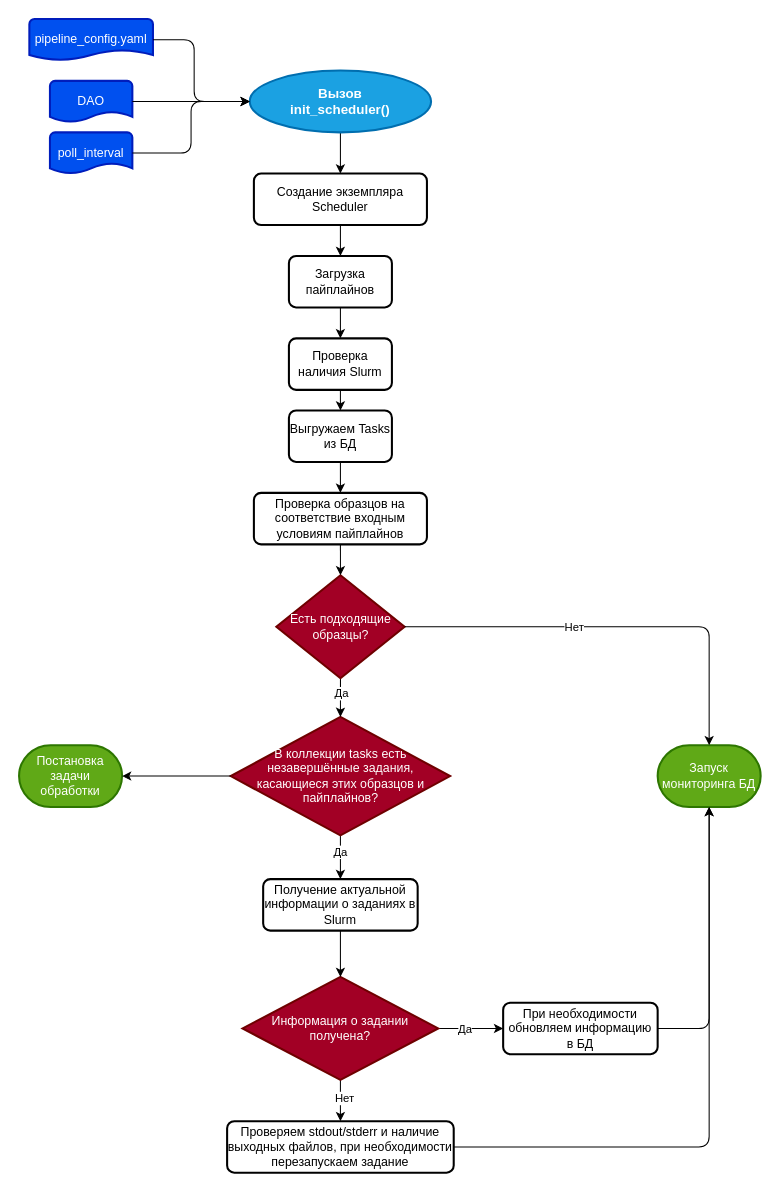
Above: page "Инициализация" (1 of 5) of docs/schemas/task_scheduler.drawio in KBaybekov/proj_prefect (draw.io), before the change. Source tidied: cells renumbered, new cells numbered last; positions are measured from the earlier drawing's top-left corner, leaving out a move shared by most shapes. Both pictures are drawn from the tidied source at 103%, with x=0, y=0 at pixel (19, 19).
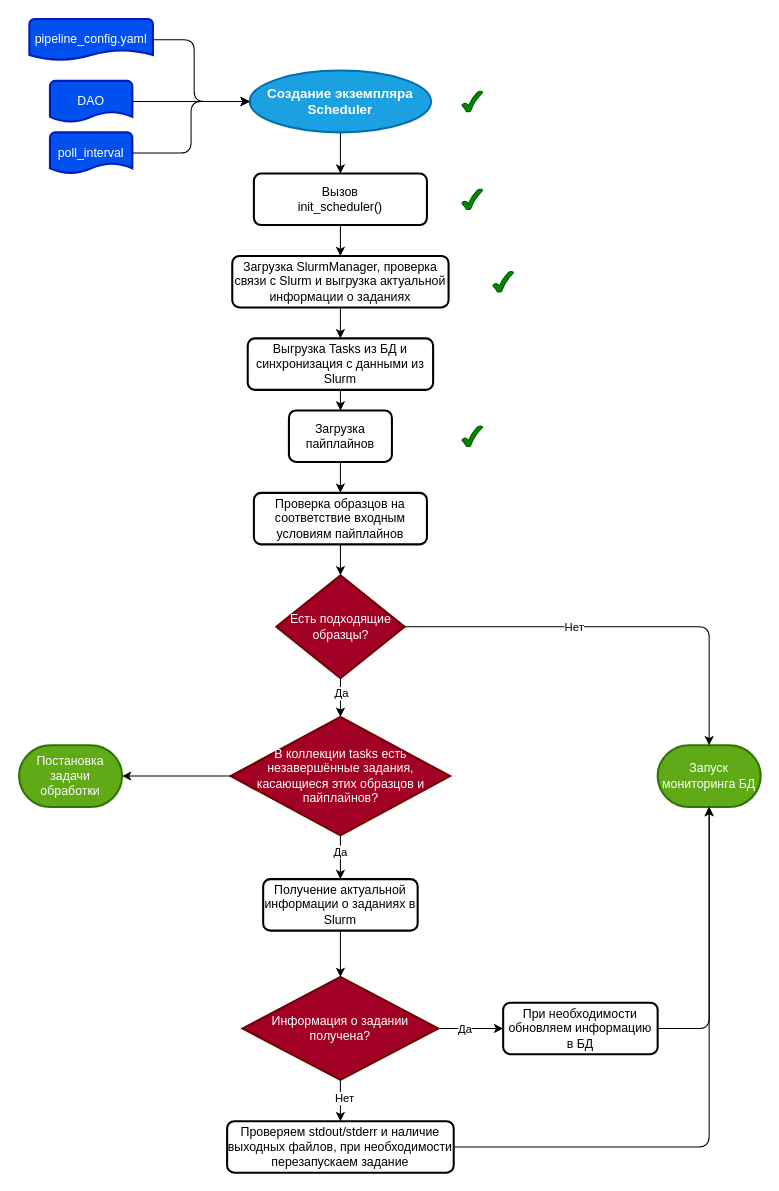
The same diagram, later.

The edit, as a diff of the source:
```diff
@@
-    <mxCell id="3" value="Вызов&#10;init_scheduler()" style="strokeWidth=2;shape=mxgraph.flowchart.start_1;whiteSpace=wrap;fillColor=#1ba1e2;fontColor=#ffffff;strokeColor=#006EAF;fontSize=13;fontStyle=1;" parent="1" vertex="1">
+    <mxCell id="3" value="Создание экземпляра Scheduler" style="strokeWidth=2;shape=mxgraph.flowchart.start_1;whiteSpace=wrap;fillColor=#1ba1e2;fontColor=#ffffff;strokeColor=#006EAF;fontSize=13;fontStyle=1;" parent="1" vertex="1">
       <mxGeometry x="224" y="50" width="176" height="60" as="geometry" />
     </mxCell>
@@
-    <mxCell id="11" style="edgeStyle=none;html=1;entryX=0.5;entryY=0;entryDx=0;entryDy=0;exitX=0.5;exitY=1;exitDx=0;exitDy=0;" parent="1" edge="1" source="40" target="18">
+    <mxCell id="11" style="edgeStyle=none;html=1;exitX=0.5;exitY=1;exitDx=0;exitDy=0;entryX=0.5;entryY=0;entryDx=0;entryDy=0;" parent="1" edge="1" source="40" target="14">
       <mxGeometry relative="1" as="geometry" />
     </mxCell>
@@
-    <mxCell id="13" style="edgeStyle=none;html=1;exitX=0.5;exitY=1;exitDx=0;exitDy=0;entryX=0.5;entryY=0;entryDx=0;entryDy=0;" parent="1" edge="1" source="14" target="41">
+    <mxCell id="13" style="edgeStyle=none;html=1;exitX=0.5;exitY=1;exitDx=0;exitDy=0;entryX=0.5;entryY=0;entryDx=0;entryDy=0;" parent="1" edge="1" source="14" target="18">
       <mxGeometry relative="1" as="geometry" />
     </mxCell>
-    <mxCell id="14" value="Проверка наличия Slurm" style="rounded=1;whiteSpace=wrap;absoluteArcSize=1;arcSize=14;strokeWidth=2;" parent="1" vertex="1">
-      <mxGeometry x="262" y="310" width="100" height="50" as="geometry" />
+    <mxCell id="14" value="Загрузка SlurmManager, проверка связи с Slurm и выгрузка актуальной информации о заданиях" style="rounded=1;whiteSpace=wrap;absoluteArcSize=1;arcSize=14;strokeWidth=2;" parent="1" vertex="1">
+      <mxGeometry x="207" y="230" width="210" height="50" as="geometry" />
     </mxCell>
@@
-    <mxCell id="17" style="edgeStyle=none;html=1;entryX=0.5;entryY=0;entryDx=0;entryDy=0;" parent="1" edge="1" source="18" target="14">
+    <mxCell id="17" style="edgeStyle=none;html=1;entryX=0.5;entryY=0;entryDx=0;entryDy=0;" parent="1" edge="1" source="18" target="41">
       <mxGeometry relative="1" as="geometry" />
     </mxCell>
-    <mxCell id="18" value="Загрузка пайплайнов" style="rounded=1;whiteSpace=wrap;html=1;absoluteArcSize=1;arcSize=14;strokeWidth=2;" parent="1" vertex="1">
-      <mxGeometry x="262" y="230" width="100" height="50" as="geometry" />
+    <mxCell id="18" value="Выгрузка Tasks из БД и синхронизация с данными из Slurm" style="rounded=1;whiteSpace=wrap;absoluteArcSize=1;arcSize=14;strokeWidth=2;" parent="1" vertex="1">
+      <mxGeometry x="222" y="310" width="180" height="50" as="geometry" />
     </mxCell>
@@
-    <mxCell id="40" value="Создание экземпляра Scheduler" style="rounded=1;whiteSpace=wrap;absoluteArcSize=1;arcSize=14;strokeWidth=2;" parent="1" vertex="1">
+    <mxCell id="40" value="Вызов&#10;init_scheduler()" style="rounded=1;whiteSpace=wrap;absoluteArcSize=1;arcSize=14;strokeWidth=2;" parent="1" vertex="1">
       <mxGeometry x="228" y="150" width="168" height="50" as="geometry" />
     </mxCell>
-    <mxCell id="41" value="Выгружаем Tasks&#10;из БД" style="rounded=1;whiteSpace=wrap;absoluteArcSize=1;arcSize=14;strokeWidth=2;" parent="1" vertex="1">
+    <mxCell id="41" value="Загрузка пайплайнов" style="rounded=1;whiteSpace=wrap;absoluteArcSize=1;arcSize=14;strokeWidth=2;" parent="1" vertex="1">
       <mxGeometry x="262" y="380" width="100" height="50" as="geometry" />
     </mxCell>
+    <mxCell id="42" style="verticalLabelPosition=bottom;verticalAlign=top;html=1;shape=mxgraph.basic.tick;fillColor=#008a00;fontColor=#ffffff;strokeColor=#005700;" parent="1" vertex="1">
+      <mxGeometry x="430" y="70" width="20" height="20" as="geometry" />
+    </mxCell>
+    <mxCell id="43" style="verticalLabelPosition=bottom;verticalAlign=top;html=1;shape=mxgraph.basic.tick;fillColor=#008a00;fontColor=#ffffff;strokeColor=#005700;" parent="1" vertex="1">
+      <mxGeometry x="430" y="165" width="20" height="20" as="geometry" />
+    </mxCell>
+    <mxCell id="44" style="verticalLabelPosition=bottom;verticalAlign=top;html=1;shape=mxgraph.basic.tick;fillColor=light-dark(#008A00,#CCCC00);fontColor=#ffffff;strokeColor=#005700;" parent="1" vertex="1">
+      <mxGeometry x="460" y="245" width="20" height="20" as="geometry" />
+    </mxCell>
+    <mxCell id="45" style="verticalLabelPosition=bottom;verticalAlign=top;html=1;shape=mxgraph.basic.tick;fillColor=#008a00;fontColor=#ffffff;strokeColor=#005700;" parent="1" vertex="1">
+      <mxGeometry x="430" y="395" width="20" height="20" as="geometry" />
+    </mxCell>
```
